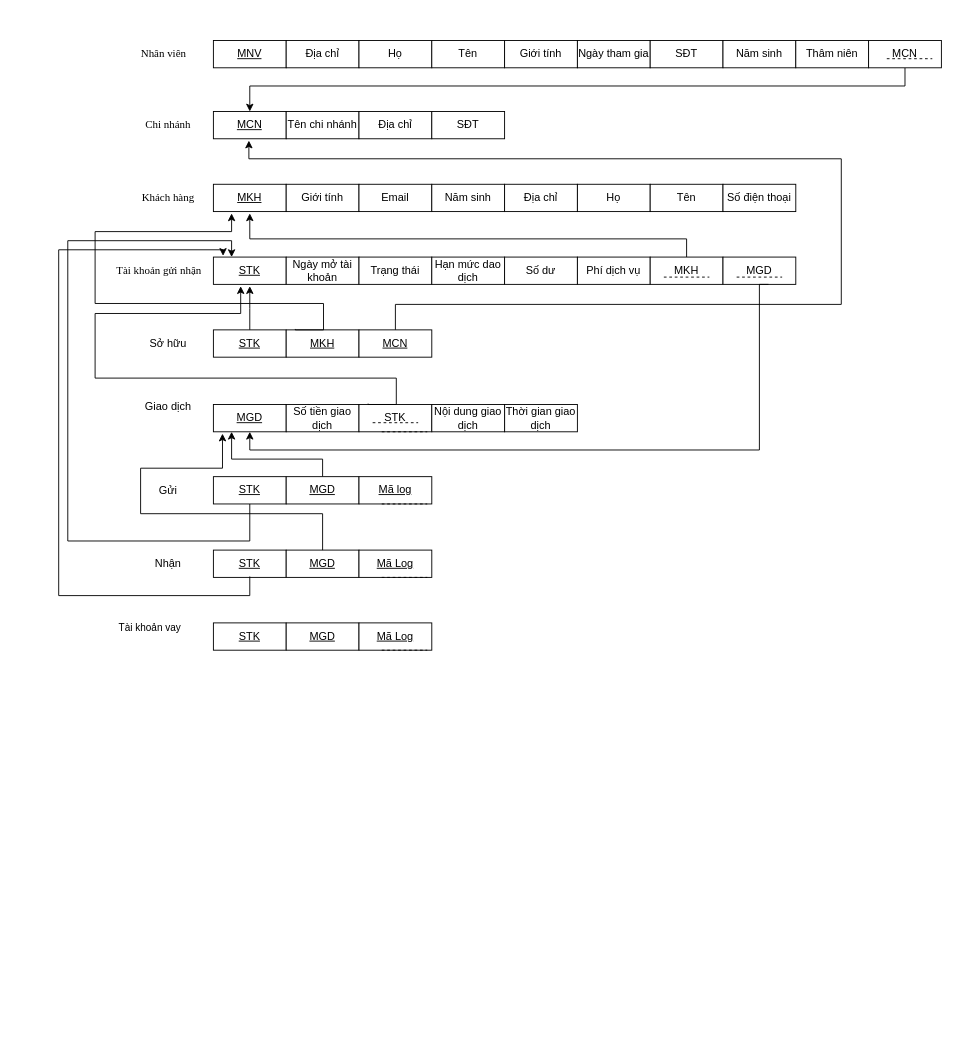
Above: Untitled Diagram.drawio in HoangVietAnh09/CSDL (draw.io), before the change. Source tidied: cells renumbered, new cells numbered last; positions are measured from the earlier drawing's top-left corner, leaving out a move shared by most shapes. Both pictures are drawn from the tidied source at 91%, with x=0, y=0 at pixel (58, 40).
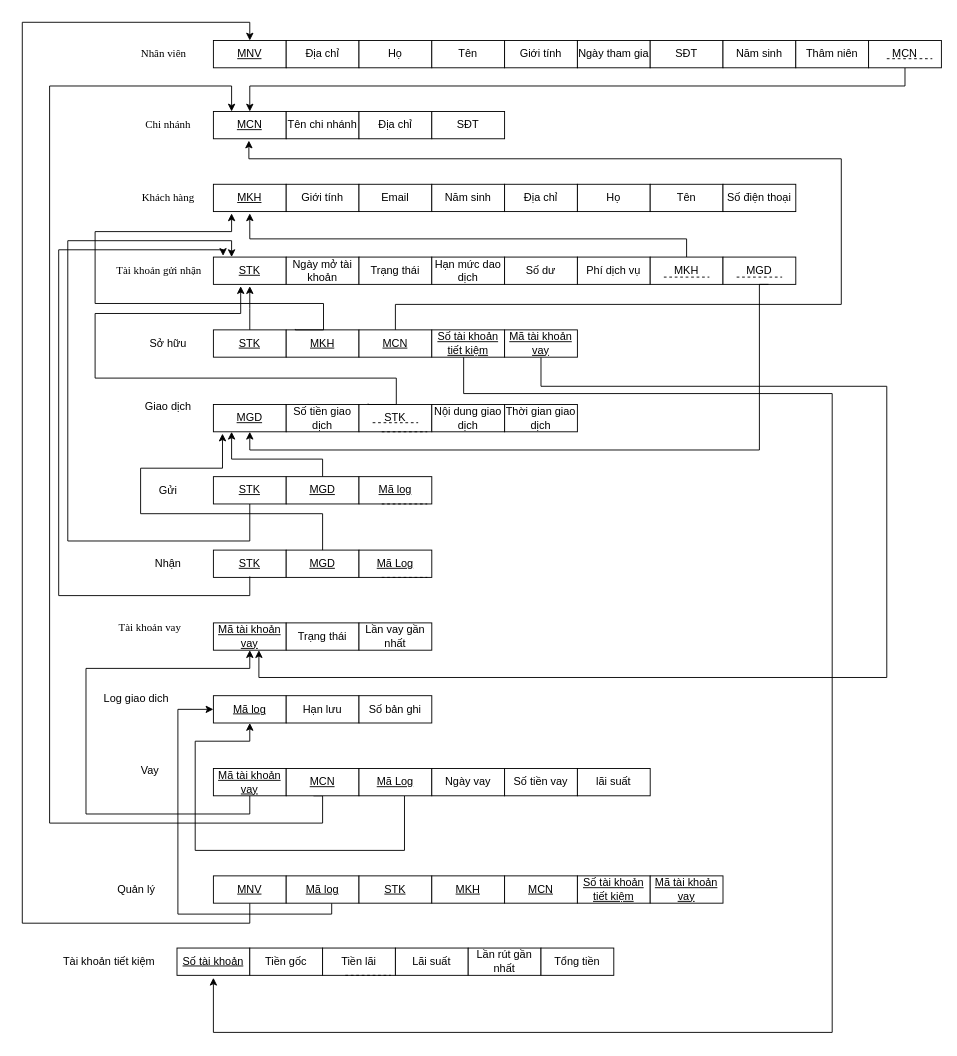
After the change.

The change refers to these unchanged cells:
```xml
<mxCell id="3" value="&lt;u&gt;MNV&lt;br&gt;&lt;/u&gt;" style="rounded=0;whiteSpace=wrap;html=1;" parent="1" vertex="1">
  <mxGeometry x="170" width="80" height="30" as="geometry" />
</mxCell>
<mxCell id="13" value="&lt;u&gt;MCN&lt;/u&gt;" style="rounded=0;whiteSpace=wrap;html=1;" parent="1" vertex="1">
  <mxGeometry x="170" y="78" width="80" height="30" as="geometry" />
</mxCell>
```

Change to the diagram source:
```diff
@@
-    <mxCell id="72" value="Tài khoản vay" style="text;html=1;align=center;verticalAlign=middle;strokeColor=none;fillColor=none;fontFamily=Helvetica;fontSize=11;fontColor=default;labelBackgroundColor=default;" parent="1" vertex="1">
+    <mxCell id="72" value="&lt;font style=&quot;font-size: 12px;&quot; face=&quot;Times New Roman&quot;&gt;Tài khoản vay&lt;/font&gt;" style="text;html=1;align=center;verticalAlign=middle;strokeColor=none;fillColor=none;fontFamily=Helvetica;fontSize=11;fontColor=default;labelBackgroundColor=default;" parent="1" vertex="1">
       <mxGeometry x="55" y="630" width="90" height="30" as="geometry" />
     </mxCell>
-    <mxCell id="73" value="&lt;u&gt;STK&lt;/u&gt;" style="rounded=0;whiteSpace=wrap;html=1;" parent="1" vertex="1">
+    <mxCell id="73" value="&lt;u&gt;Mã tài khoản vay&lt;br&gt;&lt;/u&gt;" style="rounded=0;whiteSpace=wrap;html=1;" parent="1" vertex="1">
       <mxGeometry x="170" y="640" width="80" height="30" as="geometry" />
     </mxCell>
-    <mxCell id="74" value="&lt;u&gt;MGD&lt;/u&gt;" style="rounded=0;whiteSpace=wrap;html=1;" parent="1" vertex="1">
+    <mxCell id="74" value="Trạng thái" style="rounded=0;whiteSpace=wrap;html=1;" parent="1" vertex="1">
       <mxGeometry x="250" y="640" width="80" height="30" as="geometry" />
     </mxCell>
-    <mxCell id="75" value="&lt;u&gt;Mã Log&lt;br&gt;&lt;/u&gt;" style="rounded=0;whiteSpace=wrap;html=1;" parent="1" vertex="1">
+    <mxCell id="75" value="Lần vay gần nhất" style="rounded=0;whiteSpace=wrap;html=1;" parent="1" vertex="1">
       <mxGeometry x="330" y="640" width="80" height="30" as="geometry" />
     </mxCell>
-    <mxCell id="76" style="endArrow=none;dashed=1;html=1;rounded=0;" parent="1" edge="1">
-      <mxGeometry relative="1" as="geometry">
-        <mxPoint x="355" y="670" as="sourcePoint" />
-        <mxPoint x="405" y="670" as="targetPoint" />
-      </mxGeometry>
-    </mxCell>
+    <mxCell id="77" value="Log giao dich" style="text;html=1;align=center;verticalAlign=middle;strokeColor=none;fillColor=none;" parent="1" vertex="1">
+      <mxGeometry x="40" y="708" width="90" height="30" as="geometry" />
+    </mxCell>
+    <mxCell id="78" value="&lt;u&gt;Mã log&lt;br&gt;&lt;/u&gt;" style="rounded=0;whiteSpace=wrap;html=1;" parent="1" vertex="1">
+      <mxGeometry x="170" y="720" width="80" height="30" as="geometry" />
+    </mxCell>
+    <mxCell id="79" value="Hạn lưu" style="rounded=0;whiteSpace=wrap;html=1;" parent="1" vertex="1">
+      <mxGeometry x="250" y="720" width="80" height="30" as="geometry" />
+    </mxCell>
+    <mxCell id="80" value="Số bản ghi" style="rounded=0;whiteSpace=wrap;html=1;" parent="1" vertex="1">
+      <mxGeometry x="330" y="720" width="80" height="30" as="geometry" />
+    </mxCell>
+    <mxCell id="81" value="Vay" style="text;html=1;align=center;verticalAlign=middle;strokeColor=none;fillColor=none;" parent="1" vertex="1">
+      <mxGeometry x="80" y="788" width="40" height="30" as="geometry" />
+    </mxCell>
+    <mxCell id="82" style="edgeStyle=orthogonalEdgeStyle;rounded=0;jettySize=auto;html=1;entryX=0.5;entryY=1;entryDx=0;entryDy=0;" parent="1" edge="1" target="73">
+      <mxGeometry relative="1" as="geometry">
+        <mxPoint x="210" y="830" as="sourcePoint" />
+        <Array as="points">
+          <mxPoint x="210" y="850" />
+          <mxPoint x="30" y="850" />
+          <mxPoint x="30" y="690" />
+          <mxPoint x="210" y="690" />
+        </Array>
+      </mxGeometry>
+    </mxCell>
+    <mxCell id="83" value="&lt;u&gt;Mã tài khoản vay&lt;br&gt;&lt;/u&gt;" style="rounded=0;whiteSpace=wrap;html=1;" parent="1" vertex="1">
+      <mxGeometry x="170" y="800" width="80" height="30" as="geometry" />
+    </mxCell>
+    <mxCell id="84" style="edgeStyle=orthogonalEdgeStyle;rounded=0;jettySize=auto;html=1;entryX=0.25;entryY=0;entryDx=0;entryDy=0;" parent="1" edge="1" target="13">
+      <mxGeometry relative="1" as="geometry">
+        <mxPoint x="280" y="830" as="sourcePoint" />
+        <Array as="points">
+          <mxPoint x="290" y="830" />
+          <mxPoint x="290" y="860" />
+          <mxPoint x="-10" y="860" />
+          <mxPoint x="-10" y="50" />
+          <mxPoint x="190" y="50" />
+        </Array>
+      </mxGeometry>
+    </mxCell>
+    <mxCell id="85" value="&lt;u&gt;MCN&lt;/u&gt;" style="rounded=0;whiteSpace=wrap;html=1;" parent="1" vertex="1">
+      <mxGeometry x="250" y="800" width="80" height="30" as="geometry" />
+    </mxCell>
+    <mxCell id="86" style="edgeStyle=orthogonalEdgeStyle;rounded=0;jettySize=auto;html=1;entryX=0.5;entryY=1;entryDx=0;entryDy=0;" parent="1" edge="1" source="87" target="78">
+      <mxGeometry relative="1" as="geometry">
+        <Array as="points">
+          <mxPoint x="380" y="890" />
+          <mxPoint x="150" y="890" />
+          <mxPoint x="150" y="770" />
+          <mxPoint x="210" y="770" />
+        </Array>
+      </mxGeometry>
+    </mxCell>
+    <mxCell id="87" value="&lt;u&gt;Mã Log&lt;br&gt;&lt;/u&gt;" style="rounded=0;whiteSpace=wrap;html=1;" parent="1" vertex="1">
+      <mxGeometry x="330" y="800" width="80" height="30" as="geometry" />
+    </mxCell>
+    <mxCell id="88" value="Ngày vay" style="rounded=0;whiteSpace=wrap;html=1;" parent="1" vertex="1">
+      <mxGeometry x="410" y="800" width="80" height="30" as="geometry" />
+    </mxCell>
+    <mxCell id="89" value="Số tiền vay" style="rounded=0;whiteSpace=wrap;html=1;" parent="1" vertex="1">
+      <mxGeometry x="490" y="800" width="80" height="30" as="geometry" />
+    </mxCell>
+    <mxCell id="90" value="lãi suất" style="rounded=0;whiteSpace=wrap;html=1;" parent="1" vertex="1">
+      <mxGeometry x="570" y="800" width="80" height="30" as="geometry" />
+    </mxCell>
+    <mxCell id="91" value="Quản lý" style="text;html=1;align=center;verticalAlign=middle;strokeColor=none;fillColor=none;" parent="1" vertex="1">
+      <mxGeometry x="55" y="918" width="60" height="30" as="geometry" />
+    </mxCell>
+    <mxCell id="92" style="edgeStyle=orthogonalEdgeStyle;rounded=0;jettySize=auto;html=1;entryX=0.5;entryY=0;entryDx=0;entryDy=0;" parent="1" edge="1" target="3">
+      <mxGeometry relative="1" as="geometry">
+        <mxPoint x="210" y="948" as="sourcePoint" />
+        <Array as="points">
+          <mxPoint x="210" y="970" />
+          <mxPoint x="-40" y="970" />
+          <mxPoint x="-40" y="-20" />
+          <mxPoint x="210" y="-20" />
+        </Array>
+      </mxGeometry>
+    </mxCell>
+    <mxCell id="93" value="&lt;u&gt;MNV&lt;/u&gt;" style="rounded=0;whiteSpace=wrap;html=1;" parent="1" vertex="1">
+      <mxGeometry x="170" y="918" width="80" height="30" as="geometry" />
+    </mxCell>
+    <mxCell id="94" style="edgeStyle=orthogonalEdgeStyle;rounded=0;jettySize=auto;html=1;entryX=0;entryY=0.5;entryDx=0;entryDy=0;" parent="1" edge="1" source="95" target="78">
+      <mxGeometry relative="1" as="geometry">
+        <Array as="points">
+          <mxPoint x="300" y="960" />
+          <mxPoint x="131" y="960" />
+          <mxPoint x="131" y="735" />
+        </Array>
+      </mxGeometry>
+    </mxCell>
+    <mxCell id="95" value="&lt;u&gt;Mã log&lt;br&gt;&lt;/u&gt;" style="rounded=0;whiteSpace=wrap;html=1;" parent="1" vertex="1">
+      <mxGeometry x="250" y="918" width="80" height="30" as="geometry" />
+    </mxCell>
+    <mxCell id="96" value="Tài khoản tiết kiệm" style="text;html=1;align=center;verticalAlign=middle;strokeColor=none;fillColor=none;" parent="1" vertex="1">
+      <mxGeometry x="-5" y="997.3" width="120" height="30" as="geometry" />
+    </mxCell>
+    <mxCell id="97" value="&lt;u&gt;Số tài khoản&lt;br&gt;&lt;/u&gt;" style="rounded=0;whiteSpace=wrap;html=1;" parent="1" vertex="1">
+      <mxGeometry x="130" y="997.3" width="80" height="30" as="geometry" />
+    </mxCell>
+    <mxCell id="98" value="Tiền gốc" style="rounded=0;whiteSpace=wrap;html=1;" parent="1" vertex="1">
+      <mxGeometry x="210" y="997.3" width="80" height="30" as="geometry" />
+    </mxCell>
+    <mxCell id="99" value="Tiền lãi" style="rounded=0;whiteSpace=wrap;html=1;" parent="1" vertex="1">
+      <mxGeometry x="290" y="997.3" width="80" height="30" as="geometry" />
+    </mxCell>
+    <mxCell id="100" style="endArrow=none;dashed=1;html=1;rounded=0;" parent="1" edge="1">
+      <mxGeometry relative="1" as="geometry">
+        <mxPoint x="315" y="1027.3" as="sourcePoint" />
+        <mxPoint x="365" y="1027.3" as="targetPoint" />
+      </mxGeometry>
+    </mxCell>
+    <mxCell id="101" value="Lãi suất" style="rounded=0;whiteSpace=wrap;html=1;" parent="1" vertex="1">
+      <mxGeometry x="370" y="997.3" width="80" height="30" as="geometry" />
+    </mxCell>
+    <mxCell id="102" value="Lần rút gần nhất" style="rounded=0;whiteSpace=wrap;html=1;" parent="1" vertex="1">
+      <mxGeometry x="450" y="997.3" width="80" height="30" as="geometry" />
+    </mxCell>
+    <mxCell id="103" value="Tổng tiền" style="rounded=0;whiteSpace=wrap;html=1;" parent="1" vertex="1">
+      <mxGeometry x="530" y="997.3" width="80" height="30" as="geometry" />
+    </mxCell>
+    <mxCell id="104" style="edgeStyle=orthogonalEdgeStyle;rounded=0;orthogonalLoop=1;jettySize=auto;html=1;" parent="1" edge="1">
+      <mxGeometry relative="1" as="geometry">
+        <mxPoint x="445" y="346" as="sourcePoint" />
+        <mxPoint x="170" y="1030" as="targetPoint" />
+        <Array as="points">
+          <mxPoint x="445" y="388" />
+          <mxPoint x="850" y="388" />
+          <mxPoint x="850" y="1090" />
+          <mxPoint x="170" y="1090" />
+        </Array>
+      </mxGeometry>
+    </mxCell>
+    <mxCell id="105" value="&lt;u&gt;Số tài khoản tiết kiệm&lt;br&gt;&lt;/u&gt;" style="rounded=0;whiteSpace=wrap;html=1;" parent="1" vertex="1">
+      <mxGeometry x="410" y="318" width="80" height="30" as="geometry" />
+    </mxCell>
+    <mxCell id="106" style="edgeStyle=orthogonalEdgeStyle;rounded=0;jettySize=auto;html=1;entryX=0.625;entryY=1;entryDx=0;entryDy=0;entryPerimeter=0;" parent="1" edge="1" source="107" target="73">
+      <mxGeometry relative="1" as="geometry">
+        <Array as="points">
+          <mxPoint x="530" y="380" />
+          <mxPoint x="910" y="380" />
+          <mxPoint x="910" y="700" />
+          <mxPoint x="220" y="700" />
+        </Array>
+      </mxGeometry>
+    </mxCell>
+    <mxCell id="107" value="&lt;u&gt;Mã tài khoản vay&lt;br&gt;&lt;/u&gt;" style="rounded=0;whiteSpace=wrap;html=1;" parent="1" vertex="1">
+      <mxGeometry x="490" y="318" width="80" height="30" as="geometry" />
+    </mxCell>
+    <mxCell id="108" value="&lt;u&gt;STK&lt;/u&gt;" style="rounded=0;whiteSpace=wrap;html=1;" parent="1" vertex="1">
+      <mxGeometry x="330" y="918" width="80" height="30" as="geometry" />
+    </mxCell>
+    <mxCell id="109" value="&lt;u&gt;MKH&lt;/u&gt;" style="rounded=0;whiteSpace=wrap;html=1;" parent="1" vertex="1">
+      <mxGeometry x="410" y="918" width="80" height="30" as="geometry" />
+    </mxCell>
+    <mxCell id="110" value="&lt;u&gt;MCN&lt;/u&gt;" style="rounded=0;whiteSpace=wrap;html=1;" parent="1" vertex="1">
+      <mxGeometry x="490" y="918" width="80" height="30" as="geometry" />
+    </mxCell>
+    <mxCell id="111" value="&lt;u&gt;Số tài khoản tiết kiệm&lt;br&gt;&lt;/u&gt;" style="rounded=0;whiteSpace=wrap;html=1;" parent="1" vertex="1">
+      <mxGeometry x="570" y="918" width="80" height="30" as="geometry" />
+    </mxCell>
+    <mxCell id="112" value="&lt;u&gt;Mã tài khoản vay&lt;br&gt;&lt;/u&gt;" style="rounded=0;whiteSpace=wrap;html=1;" parent="1" vertex="1">
+      <mxGeometry x="650" y="918" width="80" height="30" as="geometry" />
+    </mxCell>
```
